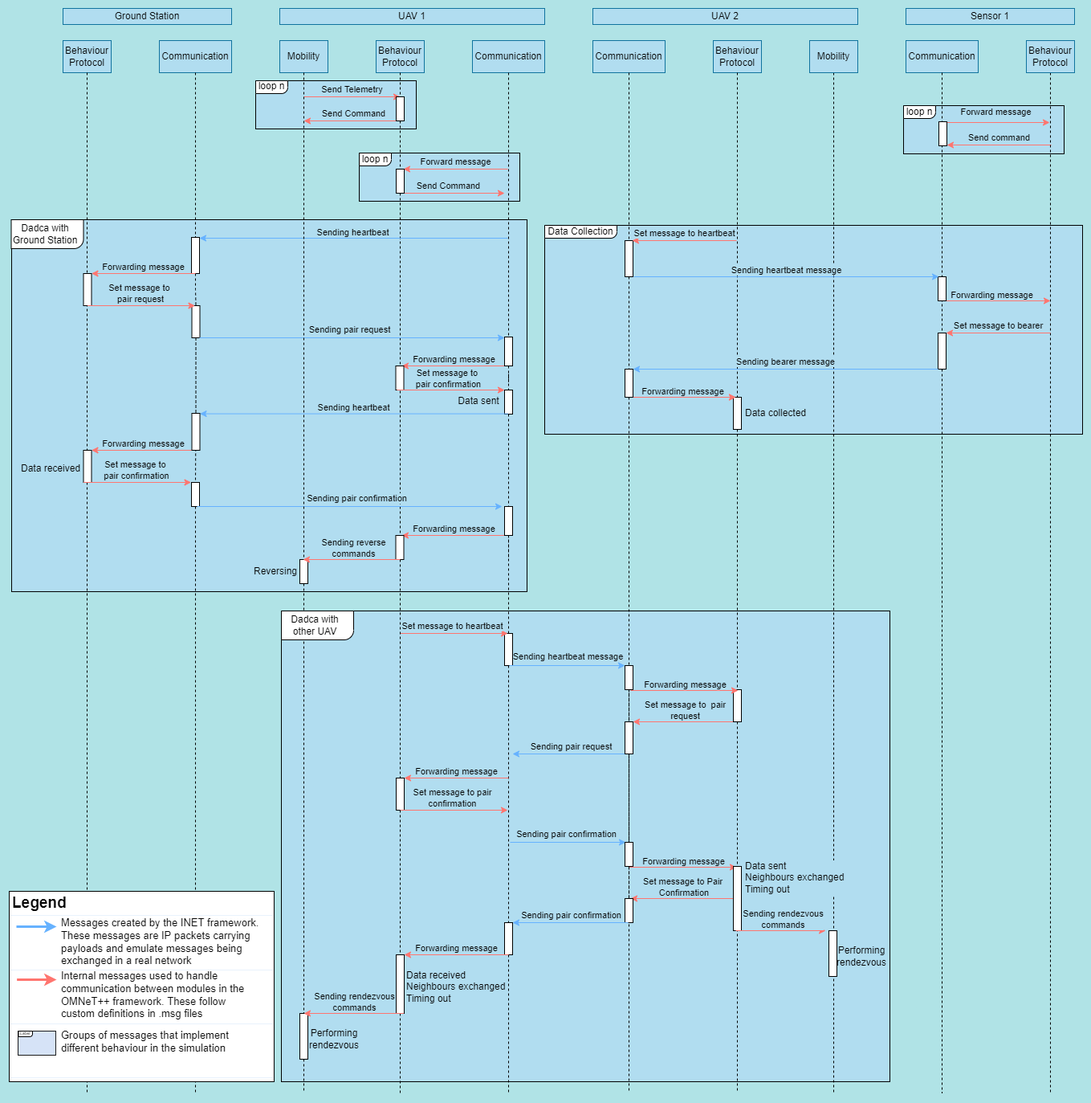
Project-GrADyS/gradys-simulations keeps this draw.io diagram as assets/message_diagram.png. Above is the earlier version. Source tidied: cells renumbered, new cells last; positions are measured from the earlier drawing's top-left corner, leaving out a move shared by most shapes.
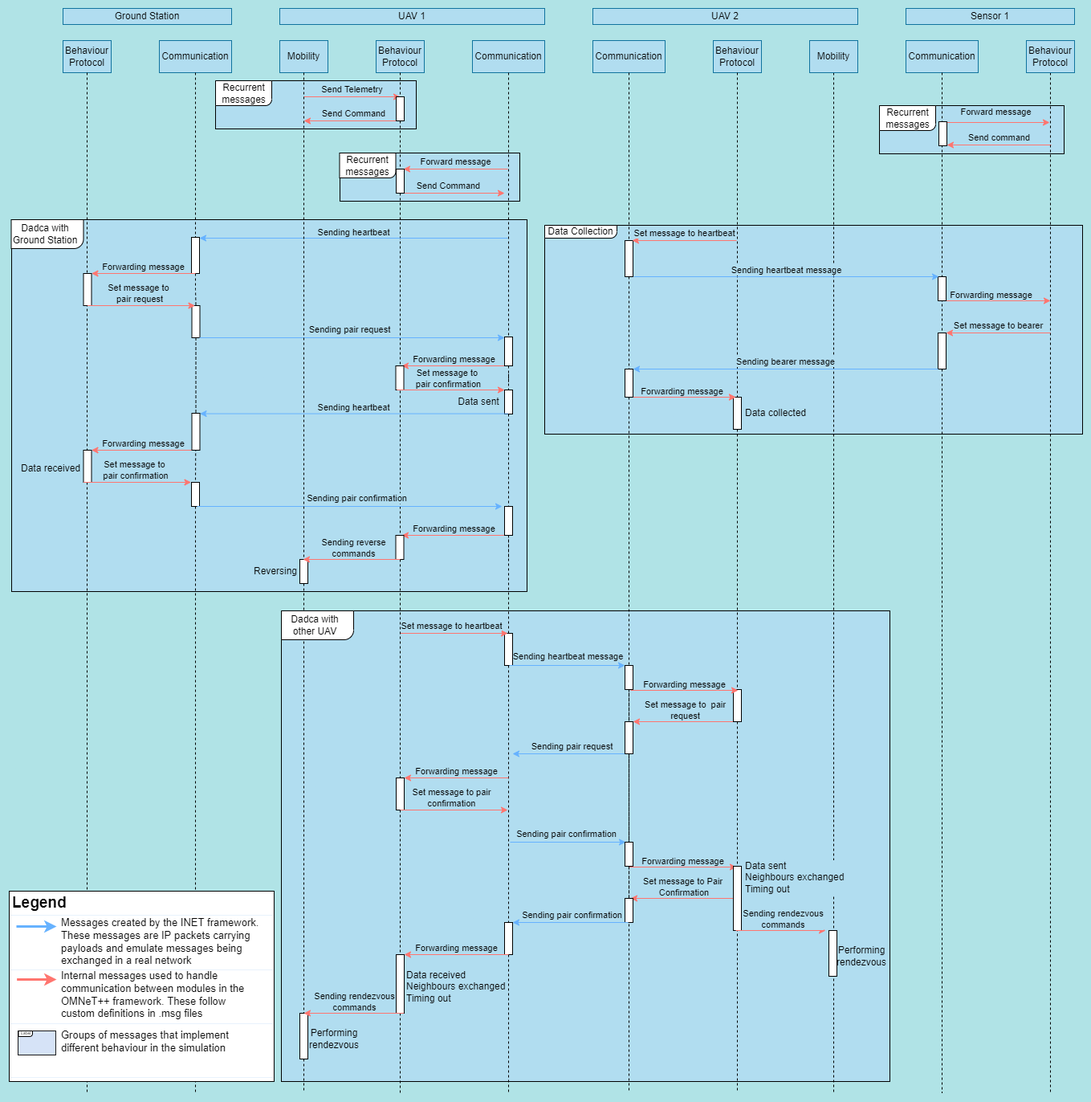
After the commit.

Commit message:
Fixing diagrams and adding failure diagram

Diff of the diagram source:
```diff
@@ -9,7 +9,7 @@
       <mxGeometry x="340" y="750" width="758" height="586" as="geometry" />
     </mxCell>
     <mxCell id="4" style="rounded=0;whiteSpace=wrap;html=1;labelBackgroundColor=default;fillColor=#b1ddf0;" parent="1" vertex="1">
-      <mxGeometry x="1115" y="121" width="200" height="60" as="geometry" />
+      <mxGeometry x="1085" y="121" width="230" height="60" as="geometry" />
     </mxCell>
     <mxCell id="5" style="endArrow=classic;html=1;rounded=0;strokeColor=#FF756F;jumpStyle=none;jumpSize=6;" parent="1" edge="1">
       <mxGeometry relative="1" as="geometry">
@@ -40,7 +40,7 @@
       </mxGeometry>
     </mxCell>
     <mxCell id="11" style="rounded=0;whiteSpace=wrap;html=1;labelBackgroundColor=default;fillColor=#b1ddf0;" parent="1" vertex="1">
-      <mxGeometry x="437" y="180" width="200" height="60" as="geometry" />
+      <mxGeometry x="413" y="180" width="224" height="60" as="geometry" />
     </mxCell>
     <mxCell id="12" style="endArrow=classic;html=1;rounded=0;strokeColor=#FF756F;jumpStyle=none;jumpSize=6;" parent="1" edge="1">
       <mxGeometry relative="1" as="geometry">
@@ -54,7 +54,7 @@
       </mxGeometry>
     </mxCell>
     <mxCell id="14" style="rounded=0;whiteSpace=wrap;html=1;labelBackgroundColor=default;fillColor=#b1ddf0;" parent="1" vertex="1">
-      <mxGeometry x="308" y="90" width="200" height="60" as="geometry" />
+      <mxGeometry x="258" y="90" width="250" height="60" as="geometry" />
     </mxCell>
     <mxCell id="15" style="rounded=0;whiteSpace=wrap;html=1;fillColor=#b1ddf0;" parent="1" vertex="1">
       <mxGeometry x="668" y="270" width="670" height="260" as="geometry" />
@@ -236,11 +236,11 @@
         <mxPoint x="102" y="-9" as="offset" />
       </mxGeometry>
     </mxCell>
-    <mxCell id="58" style="verticalLabelPosition=bottom;verticalAlign=top;html=1;shape=mxgraph.basic.corner_round_rect;dx=6;fillColor=default;rotation=-180;" parent="1" vertex="1">
-      <mxGeometry x="308" y="90" width="40" height="16" as="geometry" />
+    <mxCell id="58" style="verticalLabelPosition=bottom;verticalAlign=top;html=1;shape=mxgraph.basic.corner_round_rect;dx=4;fillColor=default;rotation=-180;" parent="1" vertex="1">
+      <mxGeometry x="258" y="90" width="70" height="31" as="geometry" />
     </mxCell>
-    <mxCell id="59" value="loop n" style="text;html=1;strokeColor=none;fillColor=none;align=center;verticalAlign=middle;whiteSpace=wrap;rounded=0;" parent="1" vertex="1">
-      <mxGeometry x="308" y="90" width="40" height="14" as="geometry" />
+    <mxCell id="59" value="Recurrent messages" style="text;html=1;strokeColor=none;fillColor=none;align=center;verticalAlign=middle;whiteSpace=wrap;rounded=0;" parent="1" vertex="1">
+      <mxGeometry x="263.5" y="98.5" width="59" height="14" as="geometry" />
     </mxCell>
     <mxCell id="60" style="endArrow=classic;html=1;rounded=0;strokeColor=#FF756F;jumpStyle=none;jumpSize=6;" parent="1" edge="1">
       <mxGeometry relative="1" as="geometry">
@@ -849,5 +849,17 @@
     <mxCell id="199" value="&lt;span style=&quot;font-size: 5px;&quot;&gt;Label&lt;/span&gt;" style="text;html=1;strokeColor=none;fillColor=none;align=center;verticalAlign=middle;whiteSpace=wrap;rounded=0;strokeWidth=1;fontSize=5;" parent="1" vertex="1">
       <mxGeometry x="1.5" y="1270" width="40" height="9" as="geometry" />
     </mxCell>
+    <mxCell id="200" style="verticalLabelPosition=bottom;verticalAlign=top;html=1;shape=mxgraph.basic.corner_round_rect;dx=4;fillColor=default;rotation=-180;" parent="1" vertex="1">
+      <mxGeometry x="412.5" y="180" width="70" height="31" as="geometry" />
+    </mxCell>
+    <mxCell id="201" value="Recurrent messages" style="text;html=1;strokeColor=none;fillColor=none;align=center;verticalAlign=middle;whiteSpace=wrap;rounded=0;" parent="1" vertex="1">
+      <mxGeometry x="418" y="188.5" width="59" height="14" as="geometry" />
+    </mxCell>
+    <mxCell id="202" style="verticalLabelPosition=bottom;verticalAlign=top;html=1;shape=mxgraph.basic.corner_round_rect;dx=4;fillColor=default;rotation=-180;" parent="1" vertex="1">
+      <mxGeometry x="1085" y="121" width="70" height="31" as="geometry" />
+    </mxCell>
+    <mxCell id="203" value="Recurrent messages" style="text;html=1;strokeColor=none;fillColor=none;align=center;verticalAlign=middle;whiteSpace=wrap;rounded=0;" parent="1" vertex="1">
+      <mxGeometry x="1090.5" y="129.5" width="59" height="14" as="geometry" />
+    </mxCell>
   </root>
 </mxGraphModel>
```
